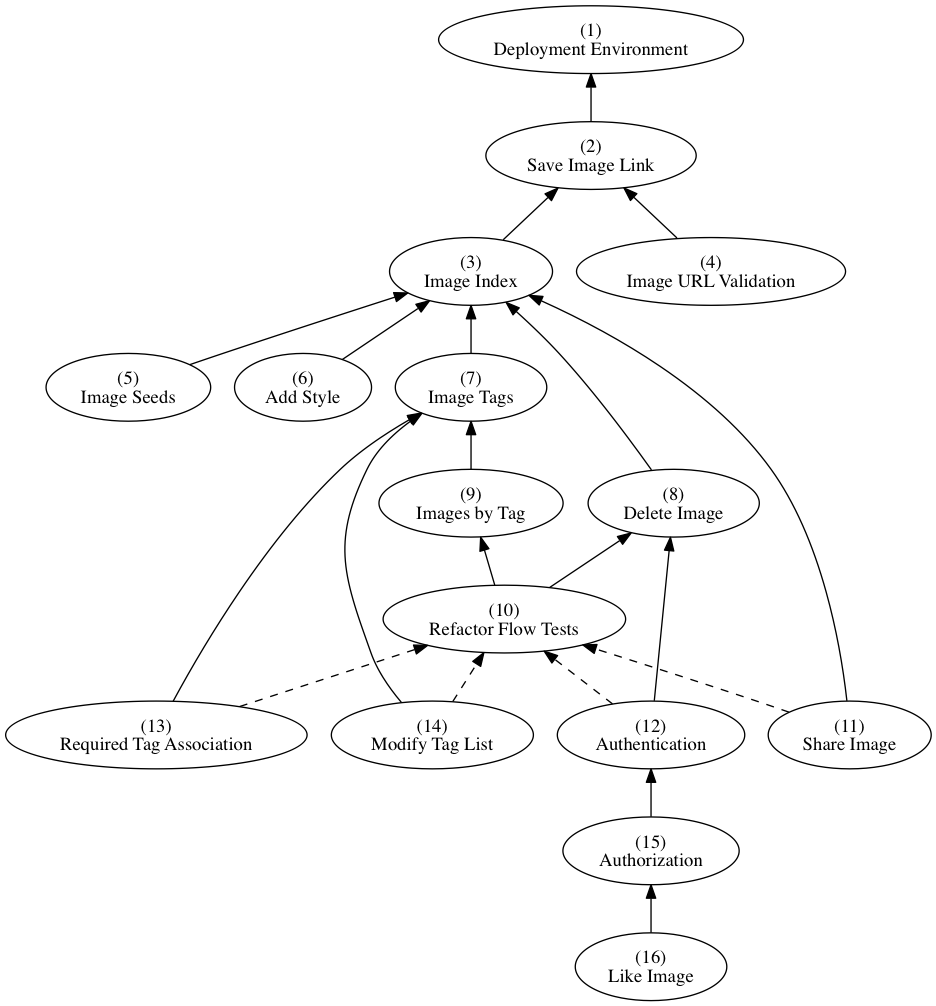
The Graphviz diagram dependencies.png in AppFolioOnboarding/tasks, before a commit. Its source is kept beside it as dependencies.dot.
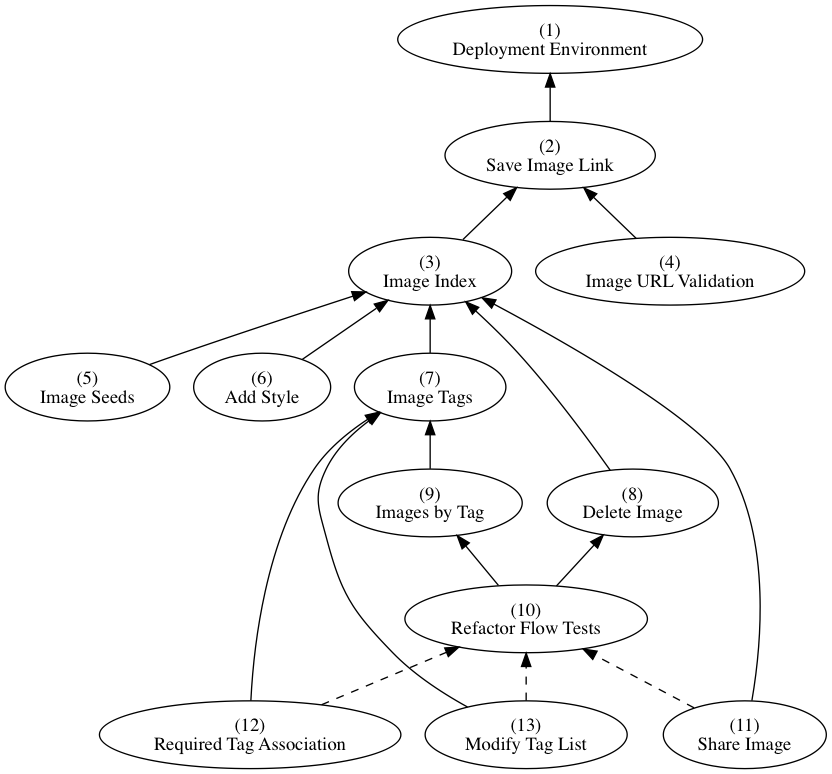
Later version of the same file.

Diff of the diagram source:
```diff
@@ -12,18 +12,11 @@
   "Images by Tag" [label="(9)\nImages by Tag"]
   "Refactor Flow Tests" [label="(10)\nRefactor Flow Tests"]
   "Share Image" [label="(11)\nShare Image"]
-  "Authentication" [label="(12)\nAuthentication"]
-  "Required Tag Association" [label="(13)\nRequired Tag Association"]
-  "Modify Tag List" [label="(14)\nModify Tag List"]
-  "Authorization" [label="(15)\nAuthorization"]
-  "Like Image" [label="(16)\nLike Image"]
+  "Required Tag Association" [label="(12)\nRequired Tag Association"]
+  "Modify Tag List" [label="(13)\nModify Tag List"]
 
   "Add Style" -> "Image Index"
-  "Authentication" -> "Delete Image"
-  "Authentication" -> "Refactor Flow Tests" [style=dashed]
-  "Authorization" -> "Authentication"
   "Delete Image" -> "Image Index"
-  "Like Image" -> "Authorization"
   "Image Index" -> "Save Image Link"
   "Image Seeds" -> "Image Index"
   "Image Tags" -> "Image Index"
```
